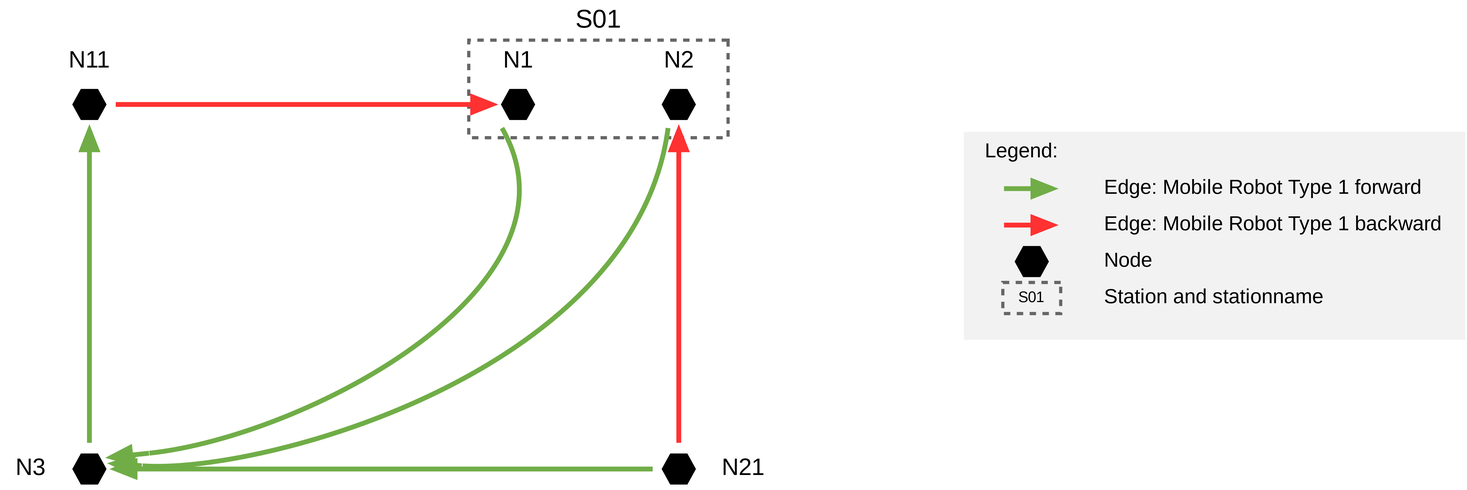
Earlier version of the Graphviz export assets/png/07-station-with-two-nodes.png (Intralogistics-2X-LIF/Layout-Interchange-Format). Its source is kept beside it as assets/dot_files/07-station-with-two-nodes.dot.
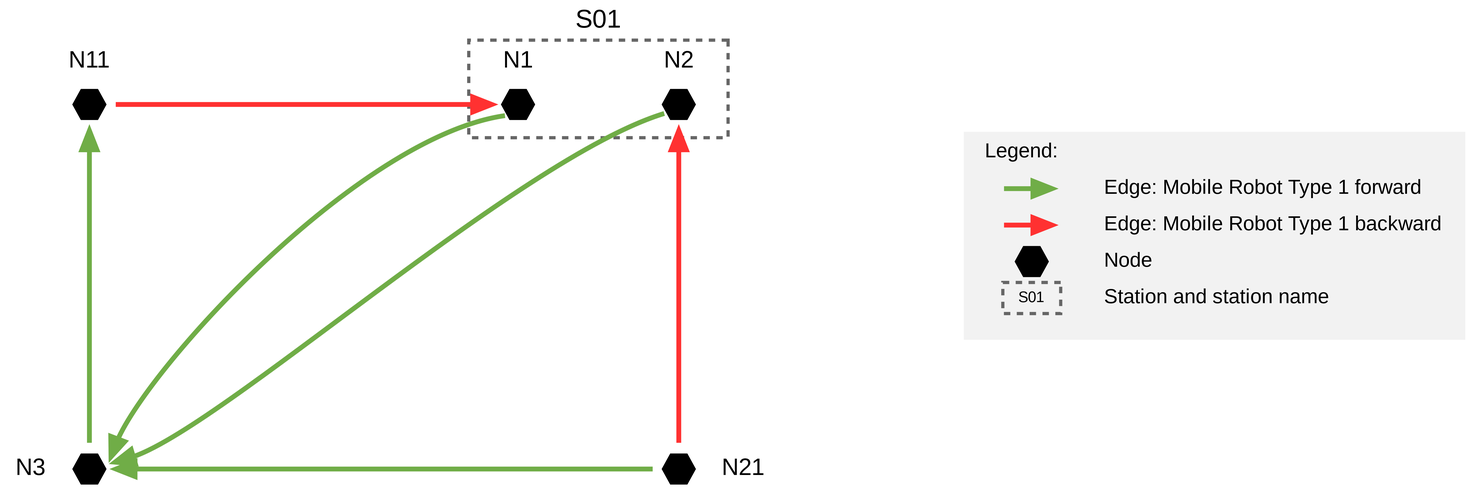
After the change.

The edit, as a diff of the source:
```diff
@@ -50,23 +50,23 @@
     g2_start -> g2_end [color="#70AD47", penwidth=4.5, arrowsize=1.78,
                         arrowhead=normal, arrowtail=none, dir=forward];
 
-    c1_curve_start [pos="485,378!", shape=point, width=0.01, style=invis, label=""];
-    c1_curve_end   [pos="156.0,74.8!", shape=point, width=0.01, style=invis, label=""];
+    c1_curve_start [pos="487.8,389.6!", shape=point, width=0.01, style=invis, label=""];
+    c1_curve_end   [pos="124.5,82.85!", shape=point, width=0.01, style=invis, label=""];
     c1_curve_start -> c1_curve_end [color="#70AD47", penwidth=4.5, arrowsize=1.78,
                         arrowhead=none, arrowtail=none, dir=forward,
-                        pos="485,378 570,230 300,90 156.0,74.8"];
-    c1_tip_start [pos="156.0,74.8!", shape=point, width=0.01, style=invis, label=""];
+                        pos="487.8,389.6 350,370 150,150 124.5,82.85"];
+    c1_tip_start [pos="124.5,82.85!", shape=point, width=0.01, style=invis, label=""];
     c1_tip_end   [pos="120,71!", shape=point, width=0.01, style=invis, label=""];
     c1_tip_start -> c1_tip_end [color="#70AD47", penwidth=4.5, arrowsize=1.78,
                         arrowhead=normal, arrowtail=none, dir=forward];
 
-    c2_curve_start [pos="640,378!", shape=point, width=0.01, style=invis, label=""];
-    c2_curve_end   [pos="149.6,63.0!", shape=point, width=0.01, style=invis, label=""];
+    c2_curve_start [pos="636.4,391.6!", shape=point, width=0.01, style=invis, label=""];
+    c2_curve_end   [pos="137.9,70.58!", shape=point, width=0.01, style=invis, label=""];
     c2_curve_start -> c2_curve_end [color="#70AD47", penwidth=4.5, arrowsize=1.78,
                         arrowhead=none, arrowtail=none, dir=forward,
-                        pos="640,378 610,150 260,55 149.6,63.0"];
-    c2_tip_start [pos="149.6,63.0!", shape=point, width=0.01, style=invis, label=""];
-    c2_tip_end   [pos="122,65!", shape=point, width=0.01, style=invis, label=""];
+                        pos="636.4,391.6 500,350 220,95 137.9,70.58"];
+    c2_tip_start [pos="137.9,70.58!", shape=point, width=0.01, style=invis, label=""];
+    c2_tip_end   [pos="123.41,66.27!", shape=point, width=0.01, style=invis, label=""];
     c2_tip_start -> c2_tip_end [color="#70AD47", penwidth=4.5, arrowsize=1.78,
                         arrowhead=normal, arrowtail=none, dir=forward];
 
@@ -103,5 +103,5 @@
                         fontsize=14, fontcolor="black", label="S01"];
     legend_station_text [pos="1208.75,219.5!", shape=plaintext, fontsize=19,
                         fixedsize=true, width=4.5, height=0.35, margin=0,
-                        label="Station and stationname\l"];
+                        label="Station and station name\l"];
 }
```
